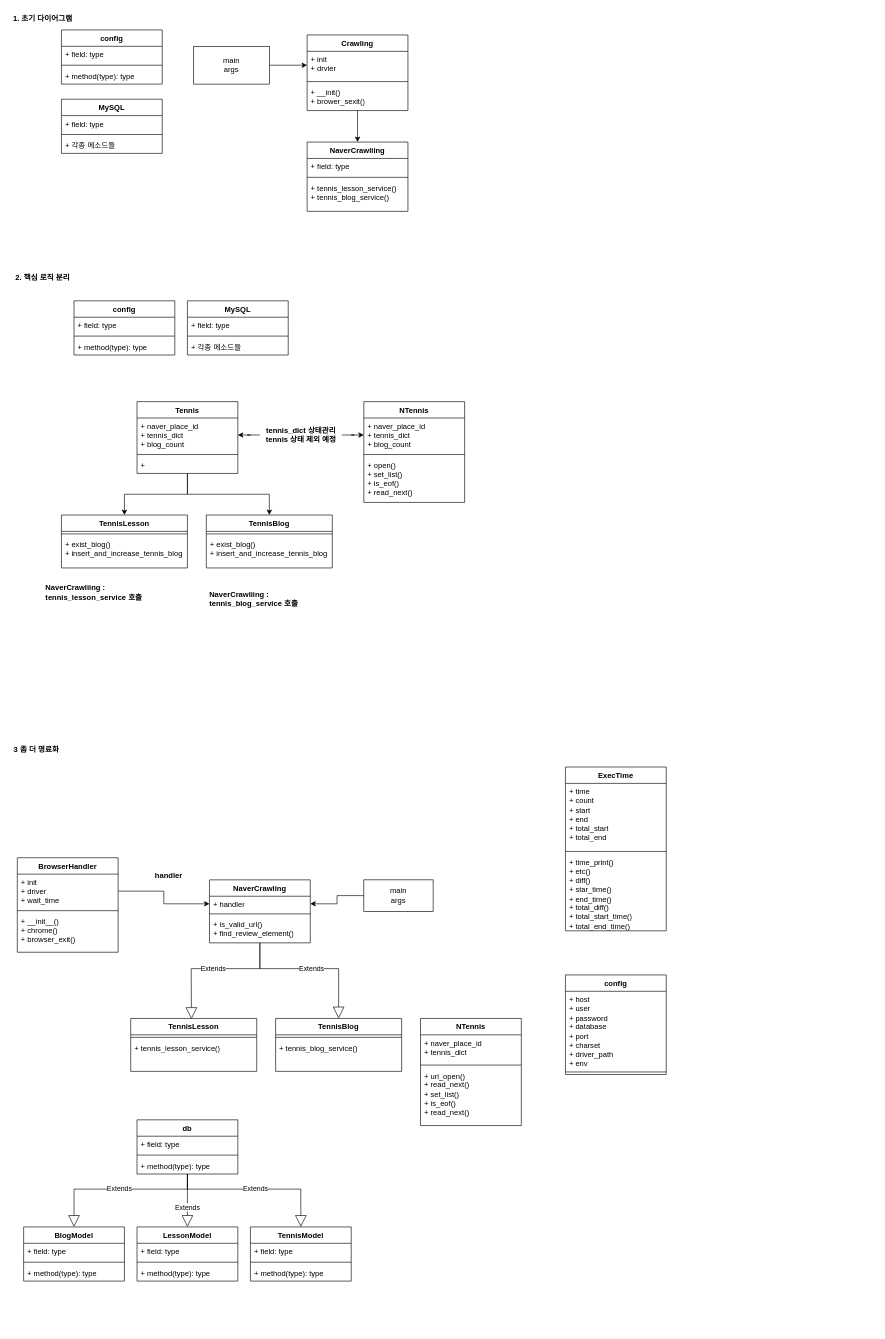
Above: etc/Crawling-Diagram.drawio in Geol2/crawling-meme (draw.io), before the change. Source tidied: cells renumbered, new cells numbered last; positions are measured from the earlier drawing's top-left corner, leaving out a move shared by most shapes. Both pictures are drawn from the tidied source at 63%, with x=0, y=0 at pixel (11, 11).
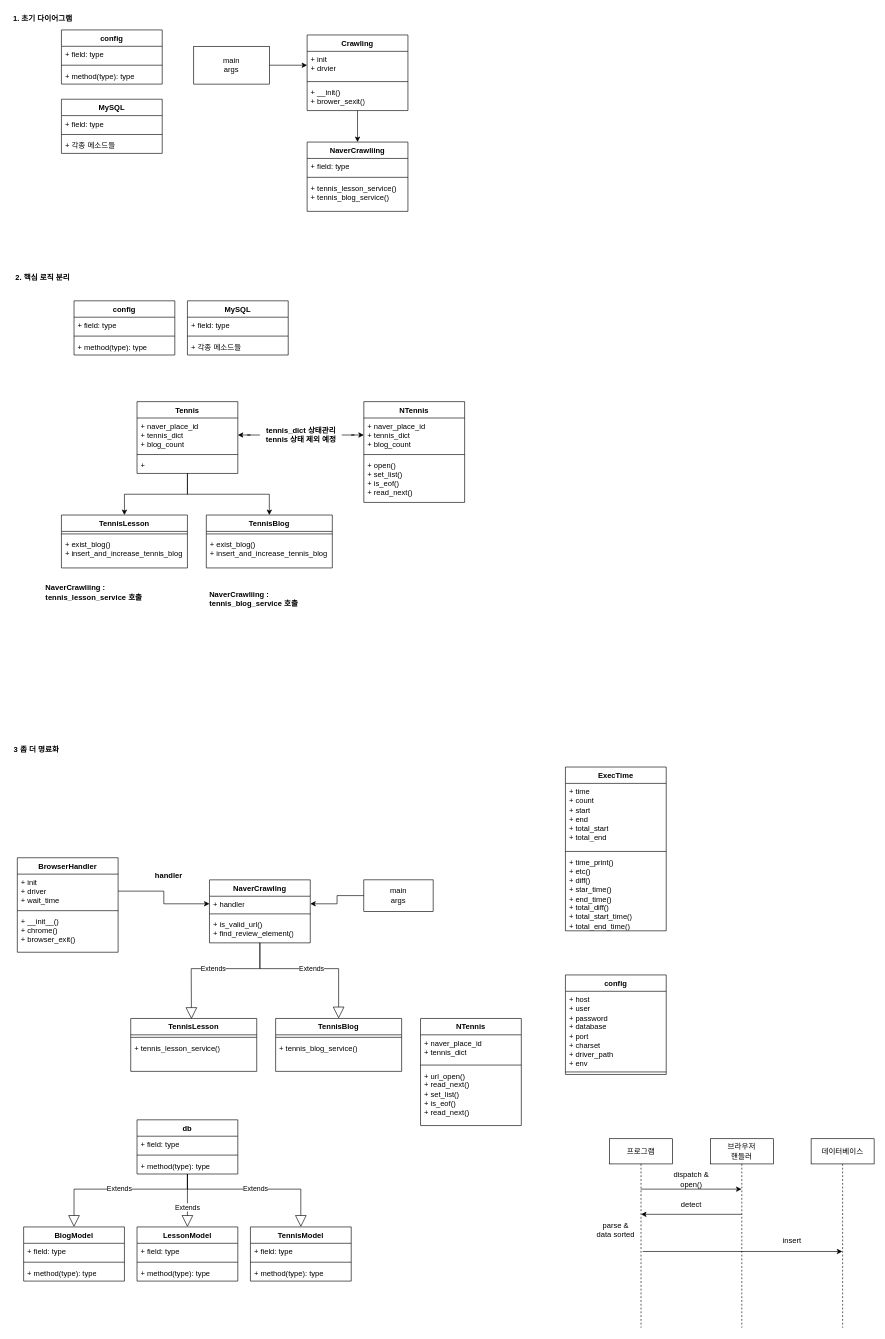
The same page after the edit.

Commit message (it also covers changes not shown here):
* [UML] 다이어그램 추가하기

Change to the diagram source:
```diff
@@
+    <mxCell id="103" value="프로그램" style="shape=umlLifeline;perimeter=lifelinePerimeter;whiteSpace=wrap;html=1;newEdgeStyle={&quot;edgeStyle&quot;:&quot;elbowEdgeStyle&quot;,&quot;elbow&quot;:&quot;vertical&quot;,&quot;curved&quot;:0,&quot;rounded&quot;:0};" parent="1" vertex="1">
+      <mxGeometry x="950" y="1790" width="100" height="300" as="geometry" />
+    </mxCell>
+    <mxCell id="104" value="브라우저&lt;br&gt;핸들러" style="shape=umlLifeline;perimeter=lifelinePerimeter;whiteSpace=wrap;html=1;newEdgeStyle={&quot;edgeStyle&quot;:&quot;elbowEdgeStyle&quot;,&quot;elbow&quot;:&quot;vertical&quot;,&quot;curved&quot;:0,&quot;rounded&quot;:0};" parent="1" vertex="1">
+      <mxGeometry x="1110" y="1790" width="100" height="300" as="geometry" />
+    </mxCell>
+    <mxCell id="105" value="데이터베이스" style="shape=umlLifeline;perimeter=lifelinePerimeter;whiteSpace=wrap;html=1;newEdgeStyle={&quot;edgeStyle&quot;:&quot;elbowEdgeStyle&quot;,&quot;elbow&quot;:&quot;vertical&quot;,&quot;curved&quot;:0,&quot;rounded&quot;:0};" parent="1" vertex="1">
+      <mxGeometry x="1270" y="1790" width="100" height="300" as="geometry" />
+    </mxCell>
+    <mxCell id="106" style="endArrow=classic;html=1;rounded=0;" parent="1" edge="1">
+      <mxGeometry relative="1" as="geometry">
+        <mxPoint x="999.5" y="1870" as="sourcePoint" />
+        <mxPoint x="1159.5" y="1870" as="targetPoint" />
+      </mxGeometry>
+    </mxCell>
+    <mxCell id="107" value="dispatch &amp;amp; open()" style="text;html=1;strokeColor=none;fillColor=none;align=center;verticalAlign=middle;whiteSpace=wrap;rounded=0;" parent="1" vertex="1">
+      <mxGeometry x="1050" y="1840" width="60" height="30" as="geometry" />
+    </mxCell>
+    <mxCell id="108" value="parse &amp;amp;&lt;br&gt;data sorted" style="text;html=1;strokeColor=none;fillColor=none;align=center;verticalAlign=middle;whiteSpace=wrap;rounded=0;" parent="1" vertex="1">
+      <mxGeometry x="920" y="1920" width="80" height="30" as="geometry" />
+    </mxCell>
+    <mxCell id="109" value="insert" style="text;html=1;strokeColor=none;fillColor=none;align=center;verticalAlign=middle;whiteSpace=wrap;rounded=0;" parent="1" vertex="1">
+      <mxGeometry x="1210" y="1937" width="60" height="30" as="geometry" />
+    </mxCell>
+    <mxCell id="110" style="endArrow=classic;html=1;rounded=0;" parent="1" edge="1">
+      <mxGeometry relative="1" as="geometry">
+        <mxPoint x="1160" y="1910" as="sourcePoint" />
+        <mxPoint x="1000" y="1910" as="targetPoint" />
+      </mxGeometry>
+    </mxCell>
+    <mxCell id="111" style="endArrow=classic;html=1;rounded=0;" parent="1" edge="1">
+      <mxGeometry relative="1" as="geometry">
+        <mxPoint x="1002.8" y="1969" as="sourcePoint" />
+        <mxPoint x="1319.5" y="1969" as="targetPoint" />
+      </mxGeometry>
+    </mxCell>
+    <mxCell id="112" value="detect" style="text;html=1;strokeColor=none;fillColor=none;align=center;verticalAlign=middle;whiteSpace=wrap;rounded=0;" parent="1" vertex="1">
+      <mxGeometry x="1050" y="1880" width="60" height="30" as="geometry" />
+    </mxCell>
```
